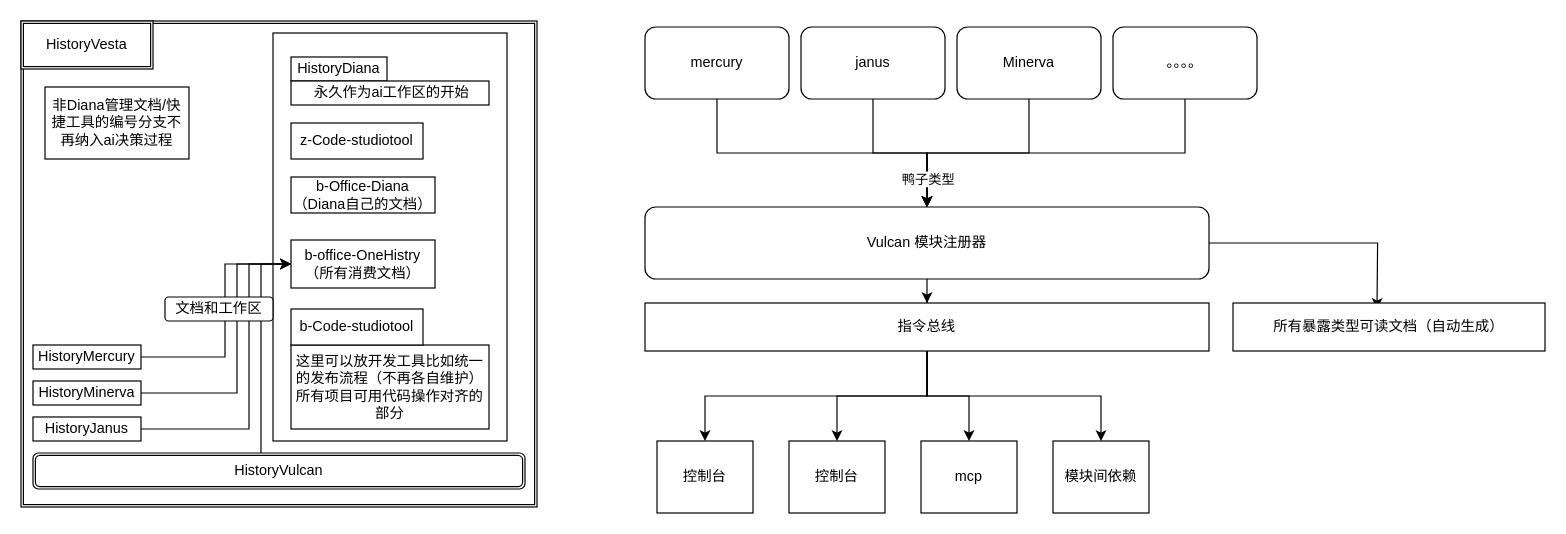
This is b-Office-Diana/Diana.drawio from cyx3705/2026-019, a draw.io file, before an edit. Source tidied: cells renumbered, new cells numbered last; positions are measured from the earlier drawing's top-left corner, leaving out a move shared by most shapes. Both pictures are drawn from the tidied source at 120%, with x=0, y=0 at pixel (20, 20).
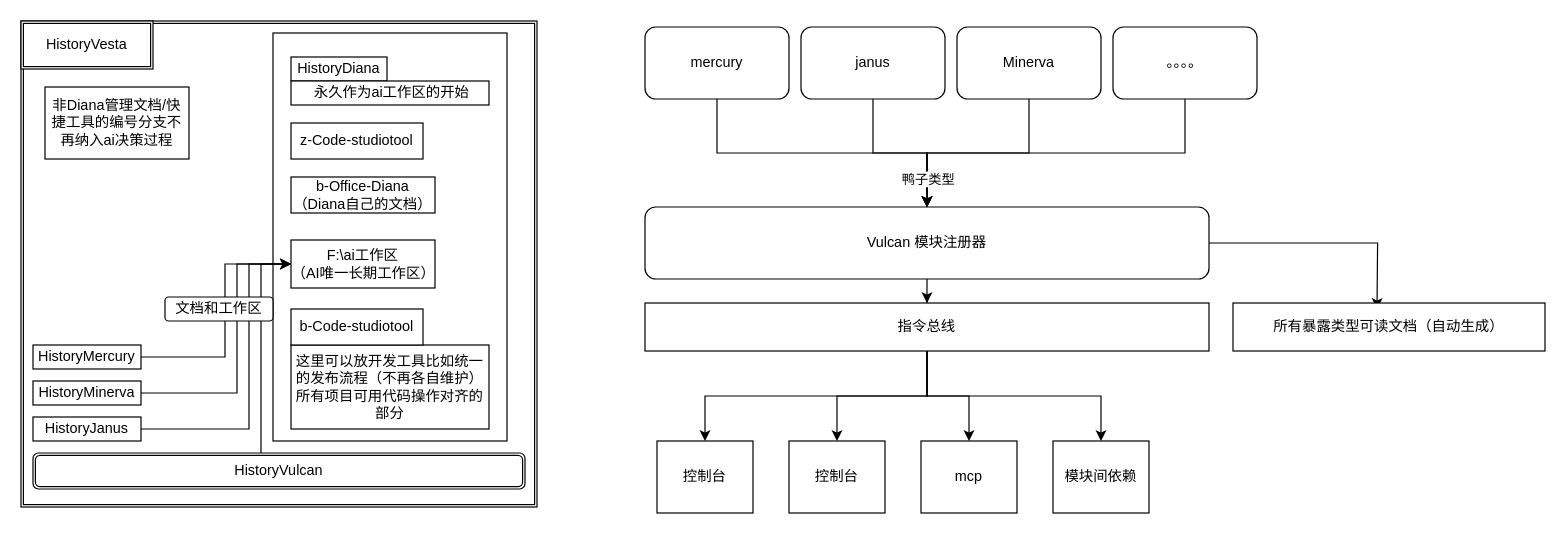
Above is the later version.

The edit, as a diff of the source:
```diff
@@
-    <mxCell id="19" value="b-office-OneHistry&lt;div&gt;（所有消费文档）&lt;/div&gt;" style="rounded=0;whiteSpace=wrap;html=1;" parent="1" vertex="1">
+    <mxCell id="19" value="F:\ai工作区&lt;div&gt;（AI唯一长期工作区）&lt;/div&gt;" style="rounded=0;whiteSpace=wrap;html=1;" parent="1" vertex="1">
       <mxGeometry x="225" y="182.5" width="120" height="40" as="geometry" />
     </mxCell>
```
